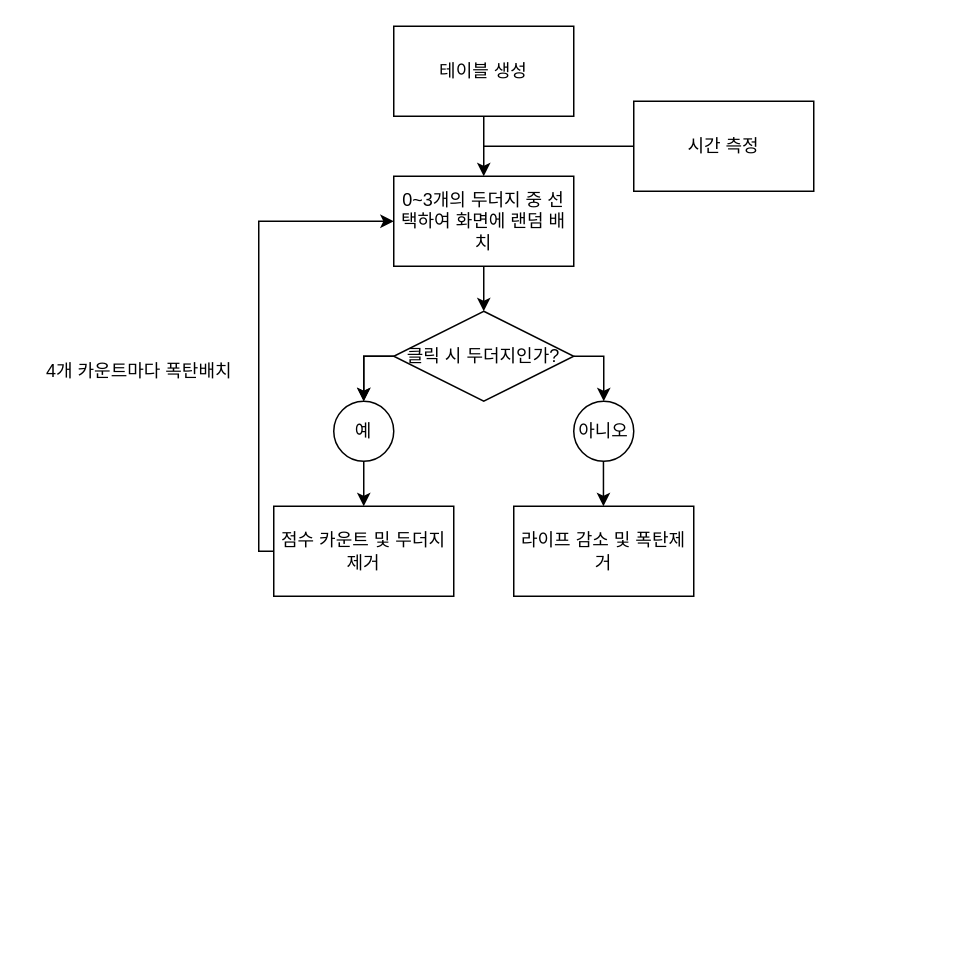
yjglab/js_gameAlgorithm keeps this draw.io diagram as 고양이잡기/고양이잡기.drawio. Above is the earlier version. Source tidied: cells renumbered, new cells numbered last; positions are measured from the earlier drawing's top-left corner, leaving out a move shared by most shapes. Both pictures are drawn from the tidied source at 150%, with x=0, y=0 at pixel (26, 26).
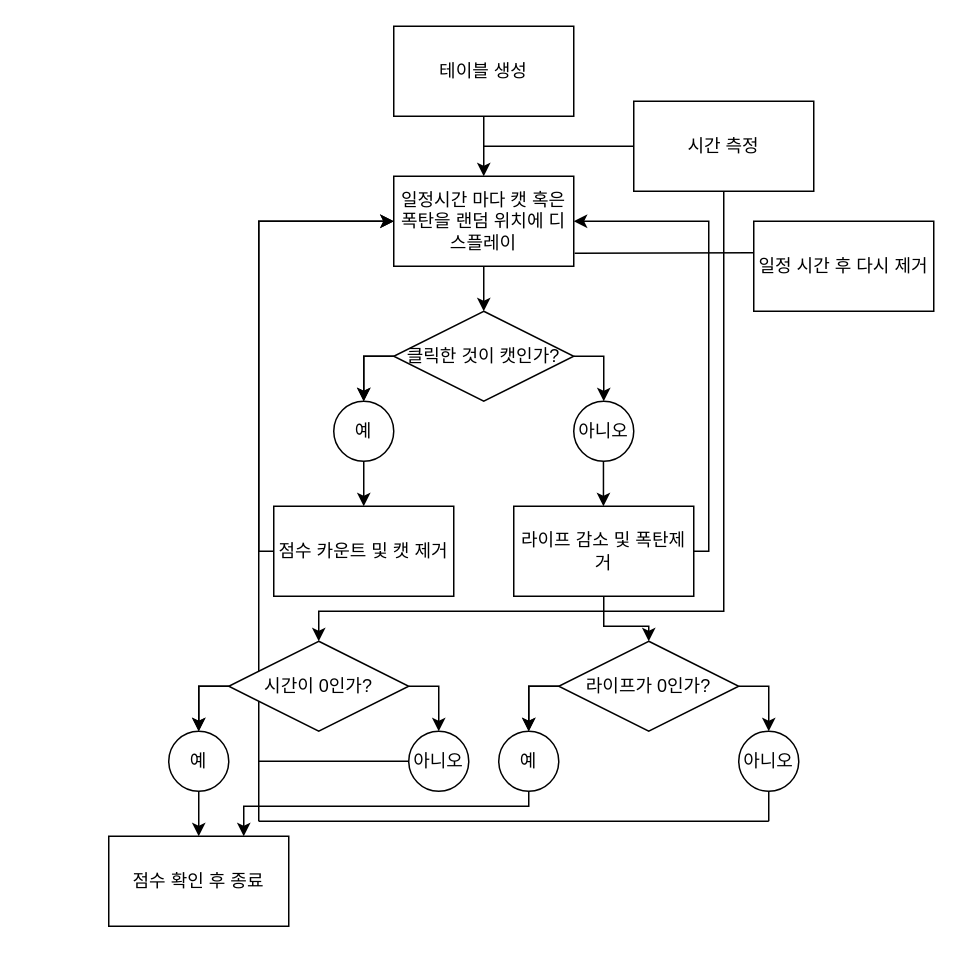
The same diagram, later.

Commit message:
구현 완료 및 버그 수정

Unchanged cells that the change refers to:
```xml
<mxCell id="16" value="시간 측정" style="rounded=0;whiteSpace=wrap;html=1;" parent="1" vertex="1">
  <mxGeometry x="405" y="50" width="120" height="60" as="geometry" />
</mxCell>
<mxCell id="17" value="라이프 감소 및 폭탄제거" style="rounded=0;whiteSpace=wrap;html=1;" parent="1" vertex="1">
  <mxGeometry x="325" y="320" width="120" height="60" as="geometry" />
</mxCell>
```

Change to the diagram source:
```diff
@@
-    <mxCell id="5" value="0~3개의 두더지 중 선택하여 화면에 랜덤 배치" style="rounded=0;whiteSpace=wrap;html=1;" parent="1" vertex="1">
+    <mxCell id="5" value="일정시간 마다 캣 혹은 폭탄을 랜덤 위치에 디스플레이" style="rounded=0;whiteSpace=wrap;html=1;" parent="1" vertex="1">
       <mxGeometry x="245" y="100" width="120" height="60" as="geometry" />
     </mxCell>
@@
-    <mxCell id="7" value="클릭 시 두더지인가?" style="rhombus;whiteSpace=wrap;html=1;" parent="1" vertex="1">
+    <mxCell id="7" value="클릭한 것이 캣인가?" style="rhombus;whiteSpace=wrap;html=1;" parent="1" vertex="1">
       <mxGeometry x="245" y="190" width="120" height="60" as="geometry" />
     </mxCell>
@@
-    <mxCell id="14" value="점수 카운트 및 두더지 제거" style="rounded=0;whiteSpace=wrap;html=1;" parent="1" vertex="1">
+    <mxCell id="14" value="점수 카운트 및 캣 제거" style="rounded=0;whiteSpace=wrap;html=1;" parent="1" vertex="1">
       <mxGeometry x="165" y="320" width="120" height="60" as="geometry" />
     </mxCell>
@@
+    <mxCell id="20" style="edgeStyle=orthogonalEdgeStyle;rounded=0;jettySize=auto;html=1;entryX=0.5;entryY=0;entryDx=0;entryDy=0;" parent="1" edge="1" source="16" target="38">
+      <mxGeometry relative="1" as="geometry">
+        <Array as="points">
+          <mxPoint x="465" y="390" />
+          <mxPoint x="195" y="390" />
+        </Array>
+      </mxGeometry>
+    </mxCell>
@@
+    <mxCell id="21" style="edgeStyle=orthogonalEdgeStyle;rounded=0;jettySize=auto;html=1;entryX=1;entryY=0.5;entryDx=0;entryDy=0;" parent="1" edge="1" source="17" target="5">
+      <mxGeometry relative="1" as="geometry">
+        <Array as="points">
+          <mxPoint x="455" y="350" />
+          <mxPoint x="455" y="130" />
+        </Array>
+      </mxGeometry>
+    </mxCell>
+    <mxCell id="22" style="edgeStyle=orthogonalEdgeStyle;rounded=0;jettySize=auto;html=1;entryX=0.5;entryY=0;entryDx=0;entryDy=0;" parent="1" edge="1" source="17" target="24">
+      <mxGeometry relative="1" as="geometry" />
+    </mxCell>
@@
-    <mxCell id="19" value="4개 카운트마다 폭탄배치" style="text;html=1;align=center;verticalAlign=middle;strokeColor=none;fillColor=none;" parent="1" vertex="1">
-      <mxGeometry y="220" width="150" height="20" as="geometry" />
-    </mxCell>
+    <mxCell id="23" style="edgeStyle=orthogonalEdgeStyle;rounded=0;jettySize=auto;html=1;entryX=0.5;entryY=0;entryDx=0;entryDy=0;" parent="1" edge="1" source="24" target="26">
+      <mxGeometry relative="1" as="geometry">
+        <Array as="points">
+          <mxPoint x="335" y="440" />
+        </Array>
+      </mxGeometry>
+    </mxCell>
+    <mxCell id="24" value="라이프가 0인가?" style="rhombus;whiteSpace=wrap;html=1;" parent="1" vertex="1">
+      <mxGeometry x="355" y="410" width="120" height="60" as="geometry" />
+    </mxCell>
+    <mxCell id="25" style="edgeStyle=orthogonalEdgeStyle;rounded=0;jettySize=auto;html=1;entryX=0.75;entryY=0;entryDx=0;entryDy=0;" parent="1" edge="1" source="26" target="37">
+      <mxGeometry relative="1" as="geometry">
+        <Array as="points">
+          <mxPoint x="335" y="520" />
+          <mxPoint x="145" y="520" />
+        </Array>
+      </mxGeometry>
+    </mxCell>
+    <mxCell id="26" value="예" style="ellipse;whiteSpace=wrap;html=1;" parent="1" vertex="1">
+      <mxGeometry x="315" y="470" width="40" height="40" as="geometry" />
+    </mxCell>
+    <mxCell id="27" value="아니오" style="ellipse;whiteSpace=wrap;html=1;" parent="1" vertex="1">
+      <mxGeometry x="475" y="470" width="40" height="40" as="geometry" />
+    </mxCell>
+    <mxCell id="28" style="edgeStyle=orthogonalEdgeStyle;rounded=0;orthogonalLoop=1;jettySize=auto;html=1;entryX=0.5;entryY=0;entryDx=0;entryDy=0;" parent="1" edge="1">
+      <mxGeometry relative="1" as="geometry">
+        <mxPoint x="355" y="440" as="sourcePoint" />
+        <mxPoint x="335" y="470" as="targetPoint" />
+        <Array as="points">
+          <mxPoint x="335" y="440" />
+        </Array>
+      </mxGeometry>
+    </mxCell>
+    <mxCell id="29" style="edgeStyle=orthogonalEdgeStyle;rounded=0;orthogonalLoop=1;jettySize=auto;html=1;entryX=0.5;entryY=0;entryDx=0;entryDy=0;" parent="1" edge="1">
+      <mxGeometry relative="1" as="geometry">
+        <mxPoint x="475" y="440" as="sourcePoint" />
+        <mxPoint x="495" y="470" as="targetPoint" />
+        <Array as="points">
+          <mxPoint x="495" y="440" />
+        </Array>
+      </mxGeometry>
+    </mxCell>
+    <mxCell id="30" style="edgeStyle=orthogonalEdgeStyle;rounded=0;jettySize=auto;html=1;entryX=0.5;entryY=0;entryDx=0;entryDy=0;" parent="1" edge="1" source="38" target="32">
+      <mxGeometry relative="1" as="geometry">
+        <Array as="points">
+          <mxPoint x="115" y="440" />
+        </Array>
+      </mxGeometry>
+    </mxCell>
+    <mxCell id="31" style="edgeStyle=orthogonalEdgeStyle;rounded=0;jettySize=auto;html=1;entryX=0.5;entryY=0;entryDx=0;entryDy=0;" parent="1" edge="1" source="32" target="37">
+      <mxGeometry relative="1" as="geometry" />
+    </mxCell>
+    <mxCell id="32" value="예" style="ellipse;whiteSpace=wrap;html=1;" parent="1" vertex="1">
+      <mxGeometry x="95" y="470" width="40" height="40" as="geometry" />
+    </mxCell>
+    <mxCell id="33" style="edgeStyle=orthogonalEdgeStyle;rounded=0;jettySize=auto;html=1;" parent="1" edge="1" source="34">
+      <mxGeometry relative="1" as="geometry">
+        <mxPoint x="245" y="130" as="targetPoint" />
+        <Array as="points">
+          <mxPoint x="155" y="490" />
+        </Array>
+      </mxGeometry>
+    </mxCell>
+    <mxCell id="34" value="아니오" style="ellipse;whiteSpace=wrap;html=1;" parent="1" vertex="1">
+      <mxGeometry x="255" y="470" width="40" height="40" as="geometry" />
+    </mxCell>
+    <mxCell id="35" style="edgeStyle=orthogonalEdgeStyle;rounded=0;orthogonalLoop=1;jettySize=auto;html=1;entryX=0.5;entryY=0;entryDx=0;entryDy=0;" parent="1" edge="1">
+      <mxGeometry relative="1" as="geometry">
+        <mxPoint x="135" y="440" as="sourcePoint" />
+        <mxPoint x="115" y="470" as="targetPoint" />
+        <Array as="points">
+          <mxPoint x="115" y="440" />
+        </Array>
+      </mxGeometry>
+    </mxCell>
+    <mxCell id="36" style="edgeStyle=orthogonalEdgeStyle;rounded=0;orthogonalLoop=1;jettySize=auto;html=1;entryX=0.5;entryY=0;entryDx=0;entryDy=0;" parent="1" edge="1">
+      <mxGeometry relative="1" as="geometry">
+        <mxPoint x="255" y="440" as="sourcePoint" />
+        <mxPoint x="275" y="470" as="targetPoint" />
+        <Array as="points">
+          <mxPoint x="275" y="440" />
+        </Array>
+      </mxGeometry>
+    </mxCell>
+    <mxCell id="37" value="점수 확인 후 종료" style="rounded=0;whiteSpace=wrap;html=1;" parent="1" vertex="1">
+      <mxGeometry x="55" y="540" width="120" height="60" as="geometry" />
+    </mxCell>
+    <mxCell id="38" value="시간이 0인가?" style="rhombus;whiteSpace=wrap;html=1;" parent="1" vertex="1">
+      <mxGeometry x="135" y="410" width="120" height="60" as="geometry" />
+    </mxCell>
+    <mxCell id="39" style="endArrow=none;html=1;rounded=0;entryX=0.5;entryY=1;entryDx=0;entryDy=0;" parent="1" edge="1" target="27">
+      <mxGeometry relative="1" as="geometry">
+        <mxPoint x="495" y="530" as="sourcePoint" />
+      </mxGeometry>
+    </mxCell>
+    <mxCell id="40" style="endArrow=none;html=1;rounded=0;" parent="1" edge="1">
+      <mxGeometry relative="1" as="geometry">
+        <mxPoint x="155" y="530" as="sourcePoint" />
+        <mxPoint x="495" y="530" as="targetPoint" />
+      </mxGeometry>
+    </mxCell>
+    <mxCell id="41" style="endArrow=none;html=1;rounded=0;" parent="1" edge="1">
+      <mxGeometry relative="1" as="geometry">
+        <mxPoint x="155" y="530" as="sourcePoint" />
+        <mxPoint x="155" y="490" as="targetPoint" />
+      </mxGeometry>
+    </mxCell>
+    <mxCell id="42" value="일정 시간 후 다시 제거" style="rounded=0;whiteSpace=wrap;html=1;" parent="1" vertex="1">
+      <mxGeometry x="485" y="130" width="120" height="60" as="geometry" />
+    </mxCell>
+    <mxCell id="43" style="endArrow=none;html=1;rounded=0;exitX=1.005;exitY=0.855;exitDx=0;exitDy=0;exitPerimeter=0;" parent="1" edge="1" source="5">
+      <mxGeometry relative="1" as="geometry">
+        <mxPoint x="485" y="151" as="targetPoint" />
+      </mxGeometry>
+    </mxCell>
```
